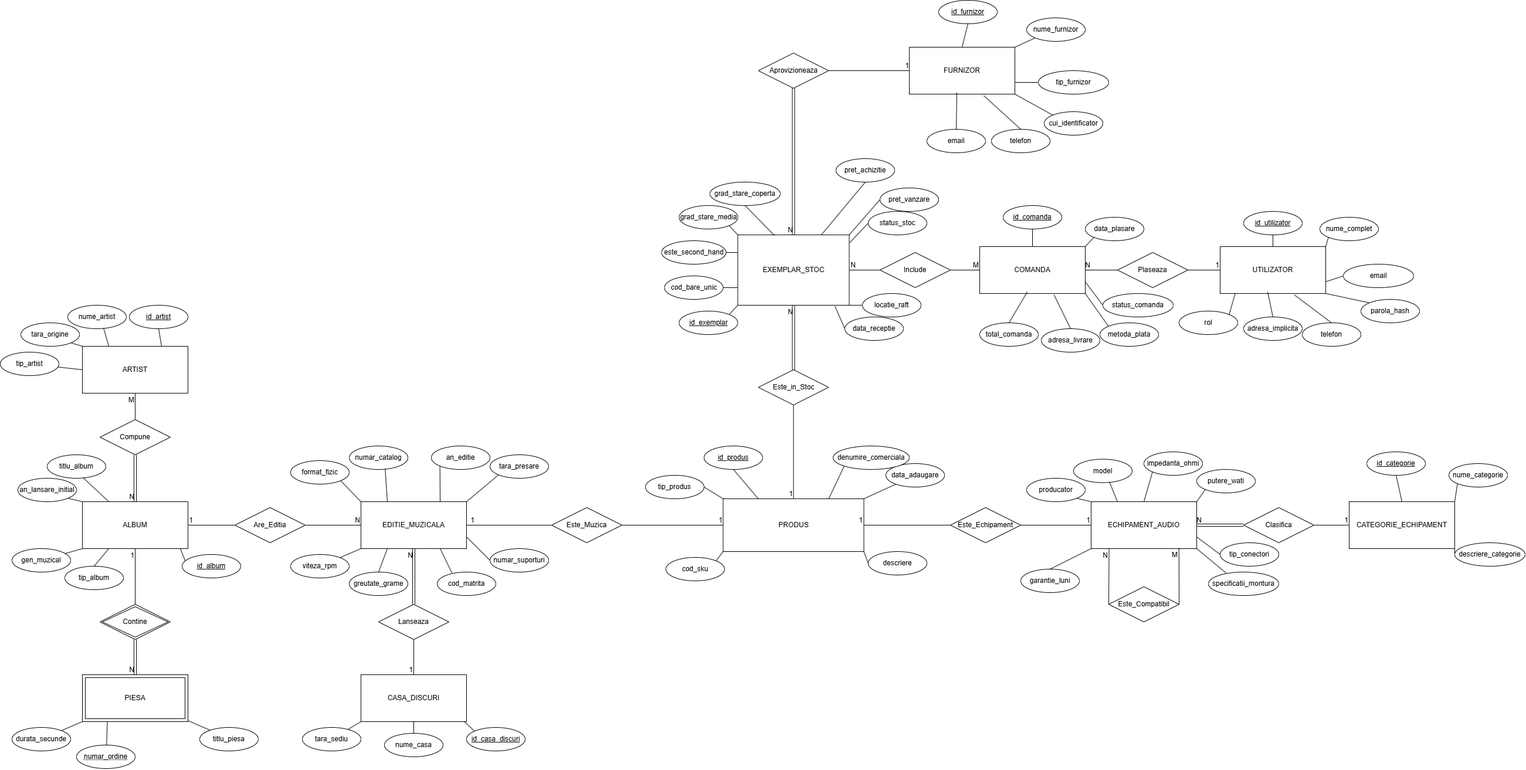
This is docs/DiagramaBD_Savastru.drawio.png from GabrielJ21/magazin-muzica-hifi-db, a draw.io export, as it was before one commit. Source tidied: cells renumbered, new cells last; positions are measured from the earlier drawing's top-left corner, leaving out a move shared by most shapes.
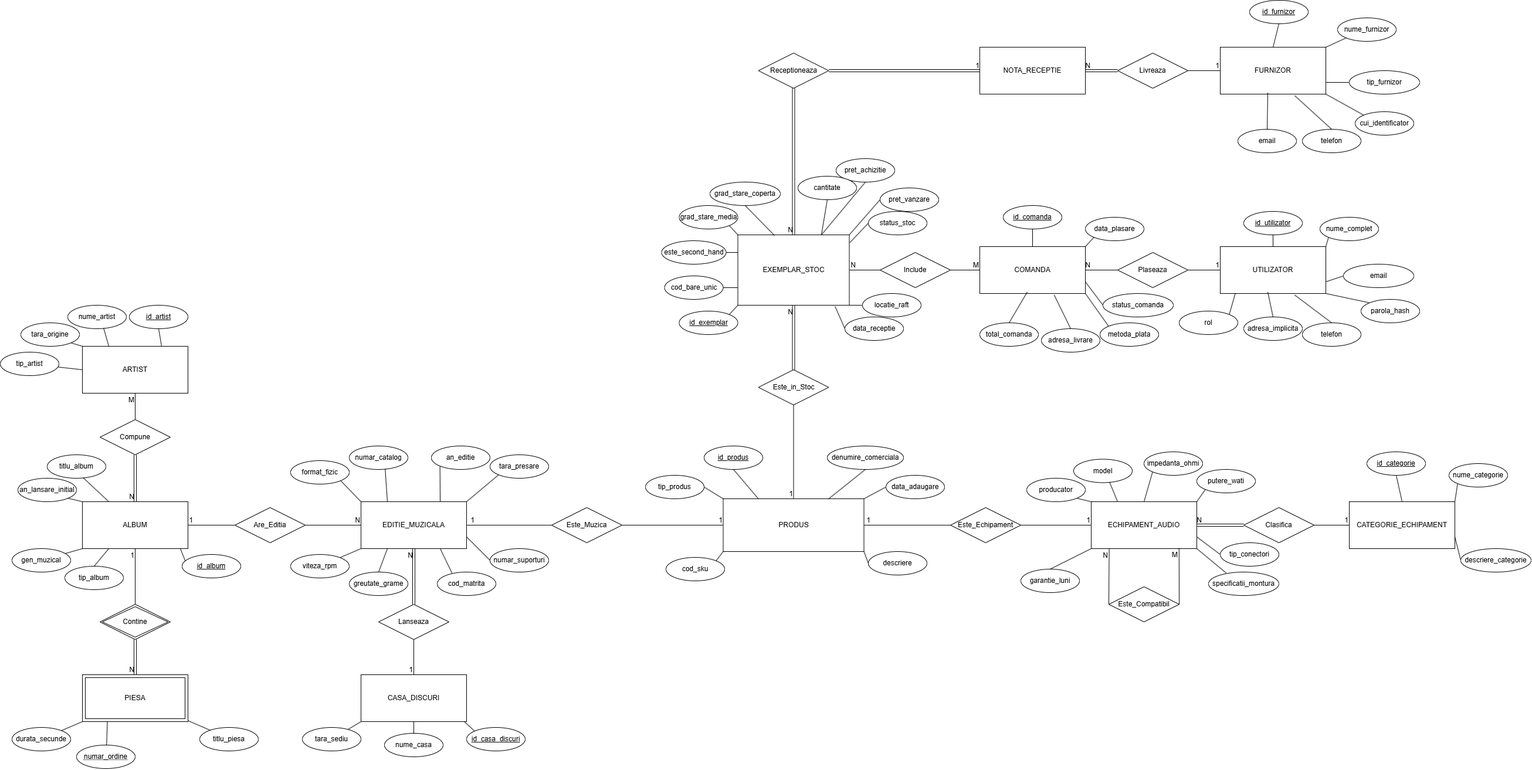
Later version of the same file.

What changed in the source:
```diff
@@ -17,14 +17,14 @@
     <mxCell id="6" value="tip_produs" style="ellipse;whiteSpace=wrap;html=1;align=center;" parent="1" vertex="1">
       <mxGeometry x="1100" y="810" width="100" height="40" as="geometry" />
     </mxCell>
-    <mxCell id="7" style="rounded=0;jettySize=auto;html=1;endArrow=none;endFill=0;entryX=1;entryY=0;entryDx=0;entryDy=0;" parent="1" edge="1" source="8" target="5">
+    <mxCell id="7" style="rounded=0;jettySize=auto;html=1;endArrow=none;endFill=0;entryX=1;entryY=0;entryDx=0;entryDy=0;exitX=0;exitY=0.5;exitDx=0;exitDy=0;" parent="1" edge="1" source="8" target="5">
       <mxGeometry relative="1" as="geometry" />
     </mxCell>
     <mxCell id="8" value="data_adaugare" style="ellipse;whiteSpace=wrap;html=1;align=center;" parent="1" vertex="1">
-      <mxGeometry x="1510" y="790" width="100" height="40" as="geometry" />
+      <mxGeometry x="1510" y="810" width="100" height="40" as="geometry" />
     </mxCell>
     <mxCell id="9" value="denumire_comerciala" style="ellipse;whiteSpace=wrap;html=1;align=center;" parent="1" vertex="1">
-      <mxGeometry x="1420" y="760" width="130" height="40" as="geometry" />
+      <mxGeometry x="1410" y="760" width="130" height="40" as="geometry" />
     </mxCell>
     <mxCell id="10" style="rounded=0;jettySize=auto;html=1;exitX=0.5;exitY=1;exitDx=0;exitDy=0;entryX=0.25;entryY=0;entryDx=0;entryDy=0;endArrow=none;endFill=0;" parent="1" edge="1" source="11" target="5">
       <mxGeometry relative="1" as="geometry" />
@@ -137,7 +137,7 @@
     <mxCell id="46" style="rounded=0;jettySize=auto;html=1;exitX=0;exitY=0.5;exitDx=0;exitDy=0;entryX=1;entryY=1;entryDx=0;entryDy=0;endArrow=none;endFill=0;" parent="1" edge="1" source="12" target="5">
       <mxGeometry relative="1" as="geometry" />
     </mxCell>
-    <mxCell id="47" style="rounded=0;jettySize=auto;html=1;exitX=0;exitY=1;exitDx=0;exitDy=0;entryX=0.75;entryY=0;entryDx=0;entryDy=0;endArrow=none;endFill=0;" parent="1" edge="1" source="9" target="5">
+    <mxCell id="47" style="rounded=0;jettySize=auto;html=1;exitX=0.5;exitY=1;exitDx=0;exitDy=0;entryX=0.75;entryY=0;entryDx=0;entryDy=0;endArrow=none;endFill=0;" parent="1" edge="1" source="9" target="5">
       <mxGeometry relative="1" as="geometry" />
     </mxCell>
     <mxCell id="48" style="rounded=0;jettySize=auto;html=1;exitX=0.25;exitY=1;exitDx=0;exitDy=0;entryX=0.5;entryY=0;entryDx=0;entryDy=0;endArrow=none;endFill=0;" parent="1" edge="1" source="51" target="53">
@@ -213,7 +213,7 @@
       <mxGeometry x="2300" y="855" width="180" height="80" as="geometry" />
     </mxCell>
     <mxCell id="72" value="descriere_categorie" style="ellipse;whiteSpace=wrap;html=1;align=center;" parent="1" vertex="1">
-      <mxGeometry x="2480" y="925" width="120" height="40" as="geometry" />
+      <mxGeometry x="2490" y="935" width="120" height="40" as="geometry" />
     </mxCell>
     <mxCell id="73" value="nume_categorie" style="ellipse;whiteSpace=wrap;html=1;align=center;" parent="1" vertex="1">
       <mxGeometry x="2470" y="790" width="100" height="40" as="geometry" />
@@ -255,34 +255,34 @@
       <mxGeometry relative="1" as="geometry" />
     </mxCell>
     <mxCell id="86" value="FURNIZOR" style="whiteSpace=wrap;html=1;align=center;" parent="1" vertex="1">
-      <mxGeometry x="1550" y="80" width="180" height="80" as="geometry" />
+      <mxGeometry x="2080" y="80" width="180" height="80" as="geometry" />
     </mxCell>
     <mxCell id="87" style="rounded=0;jettySize=auto;html=1;exitX=0;exitY=0.5;exitDx=0;exitDy=0;entryX=1;entryY=0.75;entryDx=0;entryDy=0;endArrow=none;endFill=0;" parent="1" edge="1" source="88" target="86">
       <mxGeometry relative="1" as="geometry" />
     </mxCell>
     <mxCell id="88" value="tip_furnizor" style="ellipse;whiteSpace=wrap;html=1;align=center;" parent="1" vertex="1">
-      <mxGeometry x="1770" y="120" width="120" height="40" as="geometry" />
+      <mxGeometry x="2300" y="120" width="120" height="40" as="geometry" />
     </mxCell>
     <mxCell id="89" value="nume_furnizor" style="ellipse;whiteSpace=wrap;html=1;align=center;" parent="1" vertex="1">
-      <mxGeometry x="1750" y="30" width="100" height="40" as="geometry" />
+      <mxGeometry x="2280" y="30" width="100" height="40" as="geometry" />
     </mxCell>
     <mxCell id="90" style="rounded=0;jettySize=auto;html=1;exitX=0.5;exitY=1;exitDx=0;exitDy=0;entryX=0.5;entryY=0;entryDx=0;entryDy=0;endArrow=none;endFill=0;" parent="1" edge="1" source="91" target="86">
       <mxGeometry relative="1" as="geometry" />
     </mxCell>
     <mxCell id="91" value="id_furnizor" style="ellipse;whiteSpace=wrap;html=1;align=center;fontStyle=4;" parent="1" vertex="1">
-      <mxGeometry x="1600" width="100" height="40" as="geometry" />
+      <mxGeometry x="2130" width="100" height="40" as="geometry" />
     </mxCell>
     <mxCell id="92" style="rounded=0;jettySize=auto;html=1;exitX=0;exitY=0;exitDx=0;exitDy=0;entryX=1;entryY=1;entryDx=0;entryDy=0;endArrow=none;endFill=0;" parent="1" edge="1" source="93" target="86">
       <mxGeometry relative="1" as="geometry" />
     </mxCell>
     <mxCell id="93" value="cui_identificator" style="ellipse;whiteSpace=wrap;html=1;align=center;" parent="1" vertex="1">
-      <mxGeometry x="1780" y="190" width="100" height="40" as="geometry" />
+      <mxGeometry x="2310" y="190" width="100" height="40" as="geometry" />
     </mxCell>
     <mxCell id="94" value="telefon" style="ellipse;whiteSpace=wrap;html=1;align=center;" parent="1" vertex="1">
-      <mxGeometry x="1690" y="220" width="100" height="40" as="geometry" />
+      <mxGeometry x="2220" y="220" width="100" height="40" as="geometry" />
     </mxCell>
     <mxCell id="95" value="email" style="ellipse;whiteSpace=wrap;html=1;align=center;" parent="1" vertex="1">
-      <mxGeometry x="1580" y="220" width="100" height="40" as="geometry" />
+      <mxGeometry x="2110" y="220" width="100" height="40" as="geometry" />
     </mxCell>
     <mxCell id="96" style="rounded=0;jettySize=auto;html=1;exitX=0.5;exitY=0;exitDx=0;exitDy=0;entryX=0.705;entryY=1.032;entryDx=0;entryDy=0;entryPerimeter=0;endArrow=none;endFill=0;" parent="1" edge="1" source="94" target="86">
       <mxGeometry relative="1" as="geometry" />
@@ -467,7 +467,9 @@
       <mxGeometry relative="1" as="geometry" />
     </mxCell>
     <mxCell id="156" value="1" style="html=1;whiteSpace=wrap;align=right;verticalAlign=bottom;" parent="155" vertex="1">
-      <mxGeometry x="1" relative="1" as="geometry" />
+      <mxGeometry x="1" relative="1" as="geometry">
+        <mxPoint x="13" as="offset" />
+      </mxGeometry>
     </mxCell>
     <mxCell id="157" style="endArrow=none;html=1;rounded=0;" parent="1" edge="1" source="154" target="35">
       <mxGeometry relative="1" as="geometry" />
@@ -582,15 +584,9 @@
         <mxPoint x="-1" y="20" as="offset" />
       </mxGeometry>
     </mxCell>
-    <mxCell id="190" value="Aprovizioneaza" style="shape=rhombus;perimeter=rhombusPerimeter;whiteSpace=wrap;html=1;align=center;" parent="1" vertex="1">
+    <mxCell id="190" value="Receptioneaza" style="shape=rhombus;perimeter=rhombusPerimeter;whiteSpace=wrap;html=1;align=center;" parent="1" vertex="1">
       <mxGeometry x="1292.5" y="90" width="120" height="60" as="geometry" />
     </mxCell>
-    <mxCell id="191" style="endArrow=none;html=1;rounded=0;" parent="1" edge="1" source="190" target="86">
-      <mxGeometry relative="1" as="geometry" />
-    </mxCell>
-    <mxCell id="192" value="1" style="html=1;whiteSpace=wrap;align=right;verticalAlign=bottom;" parent="191" vertex="1">
-      <mxGeometry x="1" relative="1" as="geometry" />
-    </mxCell>
     <mxCell id="193" style="shape=link;html=1;rounded=0;" parent="1" edge="1" source="190" target="130">
       <mxGeometry relative="1" as="geometry" />
     </mxCell>
@@ -648,5 +644,37 @@
         <mxPoint x="10" as="offset" />
       </mxGeometry>
     </mxCell>
+    <mxCell id="210" style="rounded=0;jettySize=auto;html=1;exitX=0.5;exitY=1;exitDx=0;exitDy=0;entryX=0.75;entryY=0;entryDx=0;entryDy=0;defaultLabelBackgroundColor=page;endArrow=none;endFill=0;" parent="1" edge="1" source="211" target="130">
+      <mxGeometry relative="1" as="geometry" />
+    </mxCell>
+    <mxCell id="211" value="cantitate" style="ellipse;whiteSpace=wrap;html=1;align=center;" parent="1" vertex="1">
+      <mxGeometry x="1360" y="300" width="100" height="40" as="geometry" />
+    </mxCell>
+    <mxCell id="212" value="NOTA_RECEPTIE" style="whiteSpace=wrap;html=1;align=center;" parent="1" vertex="1">
+      <mxGeometry x="1670" y="80" width="180" height="80" as="geometry" />
+    </mxCell>
+    <mxCell id="213" style="shape=link;html=1;rounded=0;defaultLabelBackgroundColor=page;" parent="1" edge="1" source="190" target="212">
+      <mxGeometry relative="1" as="geometry" />
+    </mxCell>
+    <mxCell id="214" value="1" style="html=1;whiteSpace=wrap;align=right;verticalAlign=bottom;" parent="213" vertex="1">
+      <mxGeometry x="1" relative="1" as="geometry" />
+    </mxCell>
+    <mxCell id="215" value="Livreaza" style="shape=rhombus;perimeter=rhombusPerimeter;whiteSpace=wrap;html=1;align=center;" parent="1" vertex="1">
+      <mxGeometry x="1905" y="90" width="120" height="60" as="geometry" />
+    </mxCell>
+    <mxCell id="216" style="shape=link;html=1;rounded=0;defaultLabelBackgroundColor=page;" parent="1" edge="1" source="215" target="212">
+      <mxGeometry relative="1" as="geometry" />
+    </mxCell>
+    <mxCell id="217" value="N" style="html=1;whiteSpace=wrap;align=right;verticalAlign=bottom;" parent="216" vertex="1">
+      <mxGeometry x="1" relative="1" as="geometry">
+        <mxPoint x="10" as="offset" />
+      </mxGeometry>
+    </mxCell>
+    <mxCell id="218" style="endArrow=none;html=1;rounded=0;defaultLabelBackgroundColor=page;" parent="1" edge="1" source="215" target="86">
+      <mxGeometry relative="1" as="geometry" />
+    </mxCell>
+    <mxCell id="219" value="1" style="html=1;whiteSpace=wrap;align=right;verticalAlign=bottom;" parent="218" vertex="1">
+      <mxGeometry x="1" relative="1" as="geometry" />
+    </mxCell>
   </root>
 </mxGraphModel>
```
